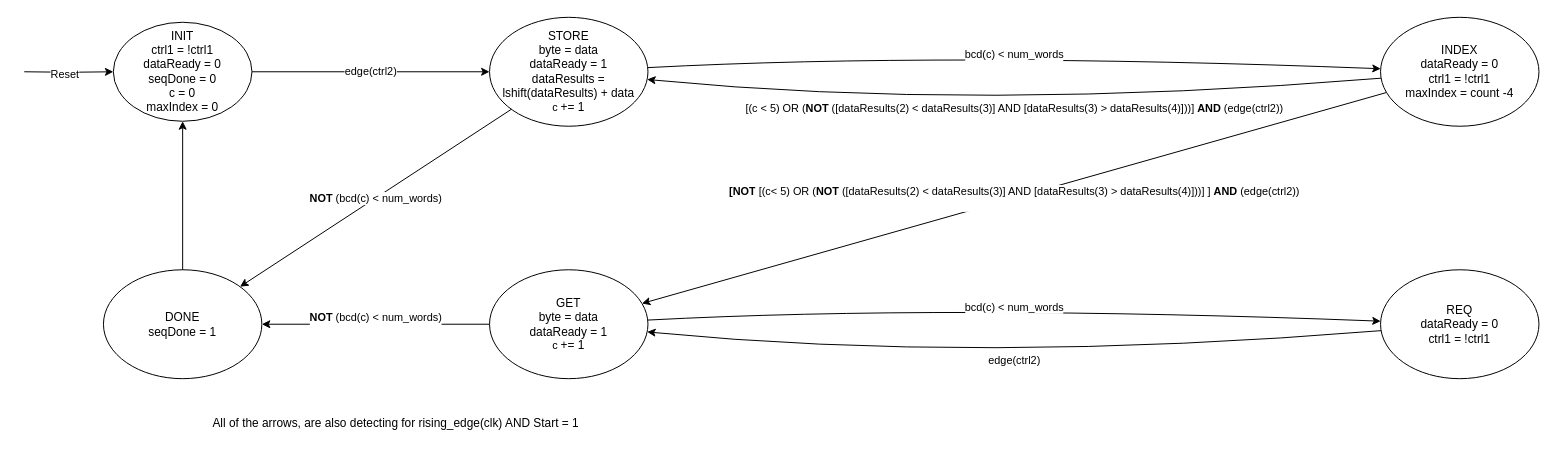
Before: FSM.drawio in OscarHdez103/DigProjFSM, a draw.io diagram. Source tidied: cells renumbered, new cells numbered last; positions are measured from the earlier drawing's top-left corner, leaving out a move shared by most shapes. Both pictures are drawn from the tidied source at 99%, with x=0, y=0 at pixel (24, 17).
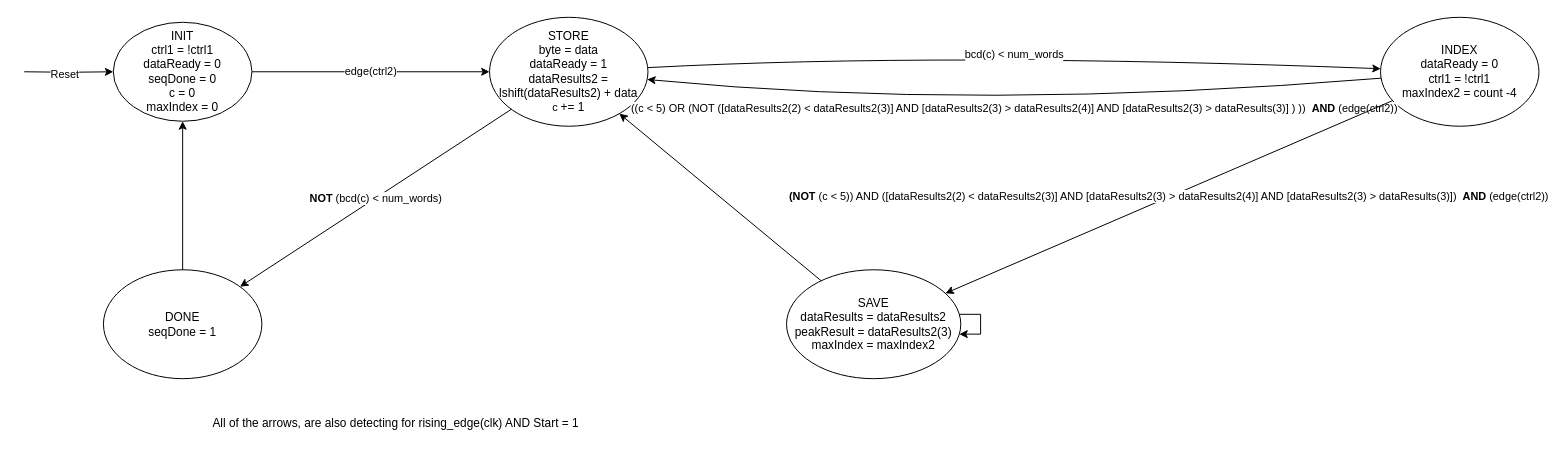
Above is the later version.

Commit message:
Updated FSM (Might have bugs)

The change refers to these unchanged cells:
```xml
<mxCell id="16" value="&lt;div&gt;&lt;span style=&quot;background-color: initial;&quot;&gt;DONE&lt;/span&gt;&lt;/div&gt;&lt;div&gt;&lt;span style=&quot;background-color: initial;&quot;&gt;seqDone = 1&lt;/span&gt;&lt;br&gt;&lt;/div&gt;" style="ellipse;whiteSpace=wrap;html=1;" parent="1" vertex="1">
  <mxGeometry x="80" y="255" width="160" height="110" as="geometry" />
</mxCell>
```

What changed in the source:
```diff
@@
-    <mxCell id="4" value="&lt;div&gt;STORE&lt;/div&gt;&lt;div&gt;byte = data&lt;/div&gt;&lt;div&gt;dataReady = 1&lt;/div&gt;&lt;div&gt;dataResults = lshift(dataResults) + data&lt;/div&gt;&lt;div&gt;&lt;span style=&quot;background-color: rgb(255, 255, 255); font-size: 11px; text-wrap: nowrap;&quot;&gt;c&amp;nbsp;&lt;/span&gt;+= 1&lt;/div&gt;" style="ellipse;whiteSpace=wrap;html=1;" parent="1" vertex="1">
+    <mxCell id="4" value="&lt;div&gt;STORE&lt;/div&gt;&lt;div&gt;byte = data&lt;/div&gt;&lt;div&gt;dataReady = 1&lt;/div&gt;&lt;div&gt;dataResults2 = lshift(dataResults2) + data&lt;/div&gt;&lt;div&gt;&lt;span style=&quot;background-color: rgb(255, 255, 255); font-size: 11px; text-wrap: nowrap;&quot;&gt;c&amp;nbsp;&lt;/span&gt;+= 1&lt;/div&gt;" style="ellipse;whiteSpace=wrap;html=1;" parent="1" vertex="1">
       <mxGeometry x="470" width="160" height="110" as="geometry" />
     </mxCell>
-    <mxCell id="5" value="&lt;div&gt;&lt;span style=&quot;background-color: initial;&quot;&gt;INDEX&lt;/span&gt;&lt;/div&gt;&lt;div&gt;&lt;span style=&quot;background-color: initial;&quot;&gt;dataReady = 0&lt;/span&gt;&lt;br&gt;&lt;/div&gt;&lt;div&gt;ctrl1 = !ctrl1&lt;/div&gt;&lt;div&gt;maxIndex = count -4&lt;/div&gt;" style="ellipse;whiteSpace=wrap;html=1;" parent="1" vertex="1">
+    <mxCell id="5" value="&lt;div&gt;&lt;span style=&quot;background-color: initial;&quot;&gt;INDEX&lt;/span&gt;&lt;/div&gt;&lt;div&gt;&lt;span style=&quot;background-color: initial;&quot;&gt;dataReady = 0&lt;/span&gt;&lt;br&gt;&lt;/div&gt;&lt;div&gt;ctrl1 = !ctrl1&lt;/div&gt;&lt;div&gt;maxIndex2 = count -4&lt;/div&gt;" style="ellipse;whiteSpace=wrap;html=1;" parent="1" vertex="1">
       <mxGeometry x="1370" width="160" height="110" as="geometry" />
     </mxCell>
-    <mxCell id="6" value="[(c &amp;lt; 5) OR (&lt;b&gt;NOT&lt;/b&gt;&amp;nbsp;([dataResults(2) &amp;lt; dataResults(3)] AND [dataResults(3) &amp;gt; dataResults(4)]))]&amp;nbsp;&lt;b&gt;AND &lt;/b&gt;(edge(ctrl2))" style="curved=1;endArrow=classic;html=1;rounded=0;" parent="1" edge="1" source="5" target="4">
+    <mxCell id="6" value="((c &amp;lt; 5) OR (NOT ([dataResults2(2) &amp;lt; dataResults2(3)] AND [dataResults2(3) &amp;gt; dataResults2(4)] AND [dataResults2(3) &amp;gt; dataResults(3)] ) ))&amp;nbsp;&amp;nbsp;&lt;b&gt;AND&amp;nbsp;&lt;/b&gt;(edge(ctrl2))" style="curved=1;endArrow=classic;html=1;rounded=0;" parent="1" edge="1" source="5" target="4">
       <mxGeometry relative="1" as="geometry">
         <Array as="points">
           <mxPoint x="960" y="95" />
         </Array>
       </mxGeometry>
     </mxCell>
@@
-    <mxCell id="8" value="&#10;&lt;span style=&quot;color: rgb(0, 0, 0); font-family: Helvetica; font-size: 11px; font-style: normal; font-variant-ligatures: normal; font-variant-caps: normal; font-weight: 700; letter-spacing: normal; orphans: 2; text-align: center; text-indent: 0px; text-transform: none; widows: 2; word-spacing: 0px; -webkit-text-stroke-width: 0px; white-space: nowrap; background-color: rgb(255, 255, 255); text-decoration-thickness: initial; text-decoration-style: initial; text-decoration-color: initial; display: inline !important; float: none;&quot;&gt;NOT&lt;span&gt;&amp;nbsp;&lt;/span&gt;&lt;/span&gt;&lt;span style=&quot;color: rgb(0, 0, 0); font-family: Helvetica; font-size: 11px; font-style: normal; font-variant-ligatures: normal; font-variant-caps: normal; letter-spacing: normal; orphans: 2; text-align: center; text-indent: 0px; text-transform: none; widows: 2; word-spacing: 0px; -webkit-text-stroke-width: 0px; white-space: nowrap; text-decoration-thickness: initial; text-decoration-style: initial; text-decoration-color: initial; font-weight: normal;&quot;&gt;(&lt;/span&gt;&lt;span style=&quot;color: rgb(0, 0, 0); font-family: Helvetica; font-size: 11px; font-style: normal; font-variant-ligatures: normal; font-variant-caps: normal; letter-spacing: normal; orphans: 2; text-align: center; text-indent: 0px; text-transform: none; widows: 2; word-spacing: 0px; -webkit-text-stroke-width: 0px; white-space: nowrap; text-decoration-thickness: initial; text-decoration-style: initial; text-decoration-color: initial; font-weight: 400;&quot;&gt;bcd(c) &amp;lt; num_words)&lt;/span&gt;&#10;&#10;" style="edgeStyle=orthogonalEdgeStyle;rounded=0;jettySize=auto;html=1;" parent="1" edge="1" source="9" target="16">
-      <mxGeometry relative="1" as="geometry" />
-    </mxCell>
-    <mxCell id="9" value="&lt;div&gt;GET&lt;/div&gt;&lt;div&gt;byte = data&lt;/div&gt;&lt;div&gt;dataReady = 1&lt;/div&gt;&lt;div&gt;&lt;span style=&quot;background-color: rgb(255, 255, 255); font-size: 11px; text-wrap: nowrap;&quot;&gt;c&amp;nbsp;&lt;/span&gt;+= 1&lt;/div&gt;" style="ellipse;whiteSpace=wrap;html=1;" parent="1" vertex="1">
-      <mxGeometry x="470" y="255" width="160" height="110" as="geometry" />
+    <mxCell id="9" value="&lt;div&gt;SAVE&lt;/div&gt;&lt;div&gt;dataResults = dataResults2&lt;/div&gt;&lt;div&gt;&lt;span style=&quot;background-color: initial;&quot;&gt;peakResult = dataResults2(3)&lt;/span&gt;&lt;br&gt;&lt;/div&gt;&lt;div&gt;&lt;div&gt;maxIndex = maxIndex2&lt;/div&gt;&lt;/div&gt;" style="ellipse;whiteSpace=wrap;html=1;" parent="1" vertex="1">
+      <mxGeometry x="770" y="255" width="176" height="110" as="geometry" />
     </mxCell>
-    <mxCell id="10" value="&lt;div&gt;REQ&lt;/div&gt;&lt;div&gt;dataReady = 0&lt;/div&gt;&lt;div&gt;ctrl1 = !ctrl1&lt;/div&gt;" style="ellipse;whiteSpace=wrap;html=1;" parent="1" vertex="1">
-      <mxGeometry x="1370" y="255" width="160" height="110" as="geometry" />
-    </mxCell>
-    <mxCell id="11" value="edge(ctrl2)" style="curved=1;endArrow=classic;html=1;rounded=0;" parent="1" edge="1" source="10" target="9">
-      <mxGeometry relative="1" as="geometry">
-        <Array as="points">
-          <mxPoint x="960" y="350" />
-        </Array>
-      </mxGeometry>
-    </mxCell>
-    <mxCell id="12" value="bcd(c) &lt; num_words" style="curved=1;endArrow=classic;html=1;rounded=0;" parent="1" edge="1" source="9" target="10">
-      <mxGeometry relative="1" as="geometry">
-        <Array as="points">
-          <mxPoint x="930" y="290" />
-        </Array>
-      </mxGeometry>
-    </mxCell>
-    <mxCell id="13" value="&lt;span style=&quot;color: rgb(0, 0, 0); font-family: Helvetica; font-size: 11px; font-style: normal; font-variant-ligatures: normal; font-variant-caps: normal; letter-spacing: normal; orphans: 2; text-align: center; text-indent: 0px; text-transform: none; widows: 2; word-spacing: 0px; -webkit-text-stroke-width: 0px; white-space: nowrap; background-color: rgb(255, 255, 255); text-decoration-thickness: initial; text-decoration-style: initial; text-decoration-color: initial; float: none; display: inline !important;&quot;&gt;&lt;b&gt;[NOT&lt;/b&gt;&lt;/span&gt;&lt;span style=&quot;color: rgb(0, 0, 0); font-family: Helvetica; font-size: 11px; font-style: normal; font-variant-ligatures: normal; font-variant-caps: normal; font-weight: 400; letter-spacing: normal; orphans: 2; text-align: center; text-indent: 0px; text-transform: none; widows: 2; word-spacing: 0px; -webkit-text-stroke-width: 0px; white-space: nowrap; background-color: rgb(255, 255, 255); text-decoration-thickness: initial; text-decoration-style: initial; text-decoration-color: initial; display: inline !important; float: none;&quot;&gt;&amp;nbsp;&lt;/span&gt;&lt;span style=&quot;color: rgb(0, 0, 0); font-family: Helvetica; font-size: 11px; font-style: normal; font-variant-ligatures: normal; font-variant-caps: normal; font-weight: 400; letter-spacing: normal; orphans: 2; text-align: center; text-indent: 0px; text-transform: none; widows: 2; word-spacing: 0px; -webkit-text-stroke-width: 0px; white-space: nowrap; background-color: rgb(255, 255, 255); text-decoration-thickness: initial; text-decoration-style: initial; text-decoration-color: initial; display: inline !important; float: none;&quot;&gt;[(c&amp;lt; 5) OR (&lt;b&gt;NOT&lt;/b&gt;&amp;nbsp;([dataResults(2) &amp;lt; dataResults(3)] AND [dataResults(3) &amp;gt; dataResults(4)]))]&amp;nbsp;&lt;/span&gt;]&amp;nbsp;&lt;b&gt;AND&amp;nbsp;&lt;/b&gt;(edge(ctrl2))&lt;div&gt;&lt;br&gt;&lt;/div&gt;" style="endArrow=classic;html=1;rounded=0;" parent="1" edge="1" source="5" target="9">
+    <mxCell id="13" value="&lt;span style=&quot;color: rgb(0, 0, 0); font-family: Helvetica; font-size: 11px; font-style: normal; font-variant-ligatures: normal; font-variant-caps: normal; letter-spacing: normal; orphans: 2; text-align: center; text-indent: 0px; text-transform: none; widows: 2; word-spacing: 0px; -webkit-text-stroke-width: 0px; white-space: nowrap; background-color: rgb(255, 255, 255); text-decoration-thickness: initial; text-decoration-style: initial; text-decoration-color: initial; float: none; display: inline !important;&quot;&gt;&lt;b&gt;(NOT&lt;/b&gt;&lt;/span&gt;&lt;span style=&quot;color: rgb(0, 0, 0); font-family: Helvetica; font-size: 11px; font-style: normal; font-variant-ligatures: normal; font-variant-caps: normal; font-weight: 400; letter-spacing: normal; orphans: 2; text-align: center; text-indent: 0px; text-transform: none; widows: 2; word-spacing: 0px; -webkit-text-stroke-width: 0px; white-space: nowrap; background-color: rgb(255, 255, 255); text-decoration-thickness: initial; text-decoration-style: initial; text-decoration-color: initial; display: inline !important; float: none;&quot;&gt;&amp;nbsp;&lt;/span&gt;&lt;span style=&quot;color: rgb(0, 0, 0); font-family: Helvetica; font-size: 11px; font-style: normal; font-variant-ligatures: normal; font-variant-caps: normal; font-weight: 400; letter-spacing: normal; orphans: 2; text-align: center; text-indent: 0px; text-transform: none; widows: 2; word-spacing: 0px; -webkit-text-stroke-width: 0px; white-space: nowrap; background-color: rgb(255, 255, 255); text-decoration-thickness: initial; text-decoration-style: initial; text-decoration-color: initial; display: inline !important; float: none;&quot;&gt;(c &amp;lt; 5)) AND ([dataResults2(2) &amp;lt; dataResults2(3)] AND [dataResults2(3) &amp;gt; dataResults2(4)] AND [dataResults2(3) &amp;gt; dataResults(3)])&amp;nbsp;&lt;/span&gt;&amp;nbsp;&lt;b&gt;AND&amp;nbsp;&lt;/b&gt;(edge(ctrl2))" style="endArrow=classic;html=1;rounded=0;" parent="1" edge="1" source="5" target="9">
       <mxGeometry relative="1" as="geometry" />
     </mxCell>
@@
+    <mxCell id="20" style="edgeStyle=orthogonalEdgeStyle;rounded=0;orthogonalLoop=1;jettySize=auto;html=1;" parent="1" edge="1" source="9" target="9">
+      <mxGeometry relative="1" as="geometry" />
+    </mxCell>
+    <mxCell id="21" style="endArrow=classic;html=1;rounded=0;" parent="1" edge="1" source="9" target="4">
+      <mxGeometry relative="1" as="geometry" />
+    </mxCell>
```
